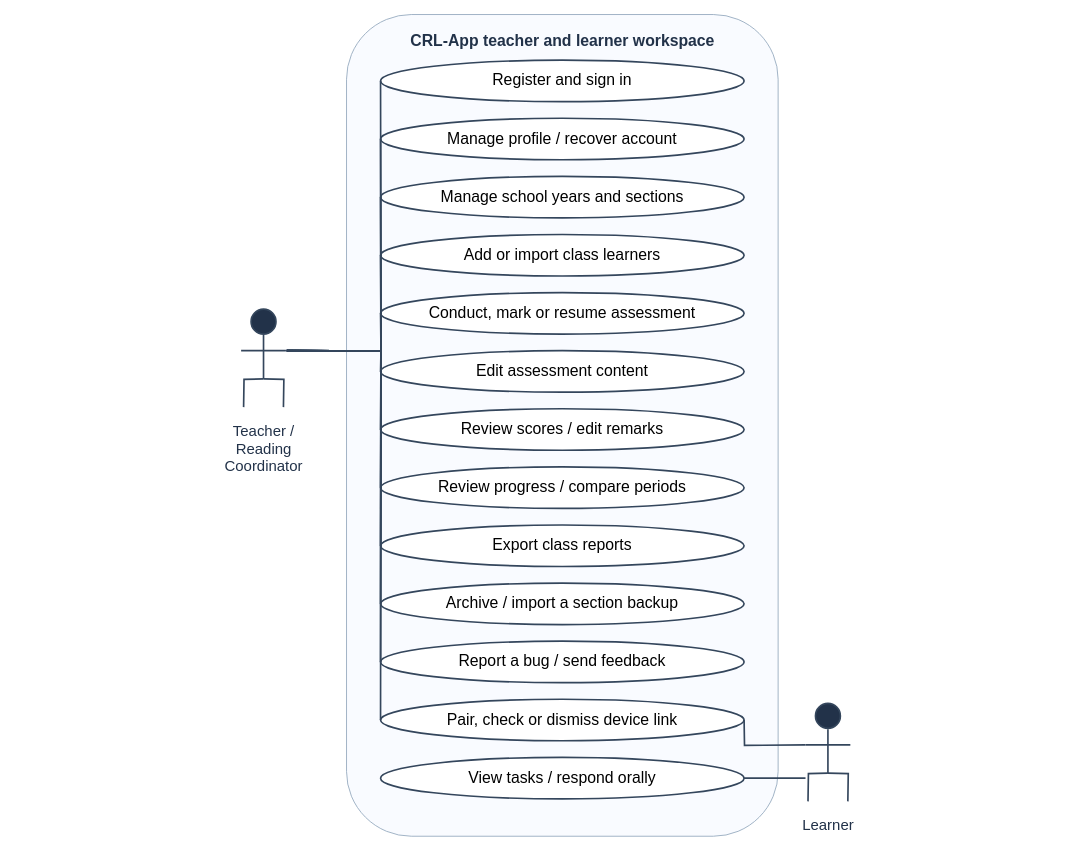
Earlier version of the draw.io diagram docs/diagrams/class-workspaces/figure-06-use-cases.drawio (AkuSayangKamuJudaSayang/crl-app). Source tidied: cells renumbered, new cells numbered last; positions are measured from the earlier drawing's top-left corner, leaving out a move shared by most shapes. Both pictures are drawn from the tidied source at 83%, with x=0, y=0 at pixel (14, 14).
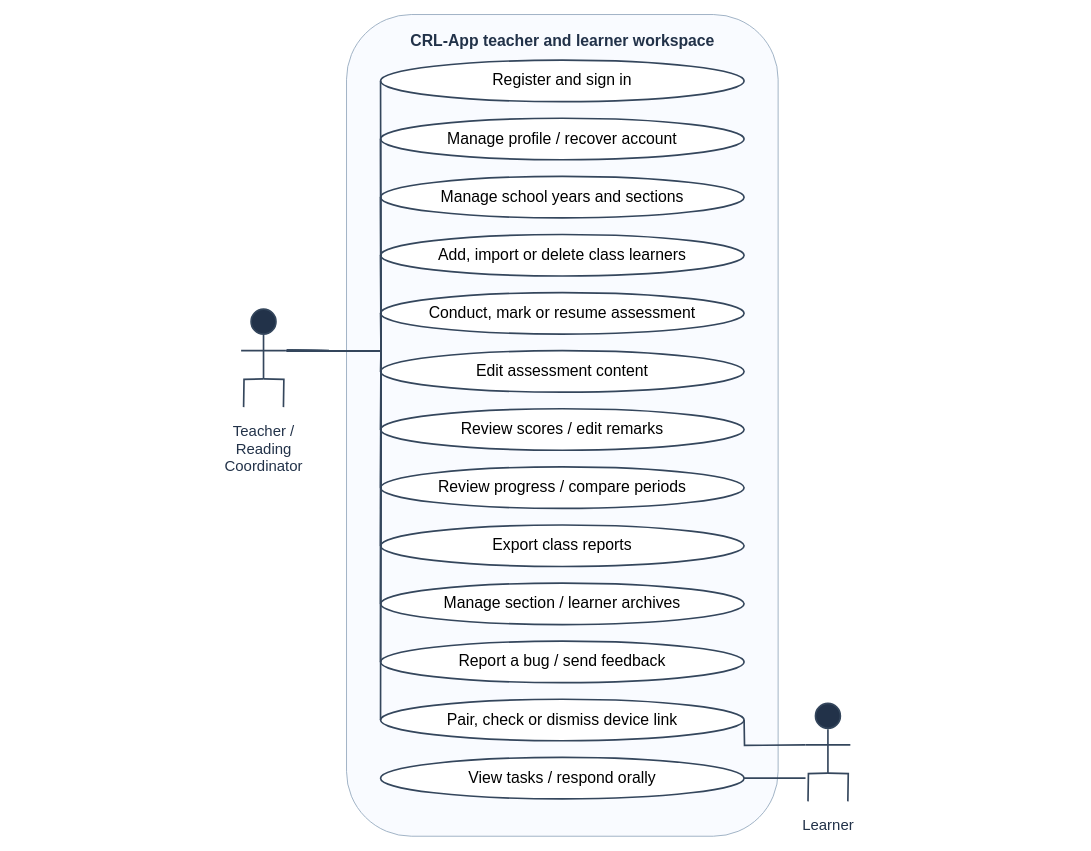
After the change.

What changed in the source:
```diff
@@
-    <mxCell id="7" value="Add or import class learners" style="rounded=1;whiteSpace=wrap;html=1;fillColor=#ffffff;strokeColor=#34465c;strokeWidth=2;fontSize=19;shape=ellipse;" parent="1" vertex="1">
+    <mxCell id="7" value="Add, import or delete class learners" style="rounded=1;whiteSpace=wrap;html=1;fillColor=#ffffff;strokeColor=#34465c;strokeWidth=2;fontSize=19;shape=ellipse;" parent="1" vertex="1">
       <mxGeometry x="441" y="265" width="438" height="50" as="geometry" />
     </mxCell>
@@
-    <mxCell id="13" value="Archive / import a section backup" style="rounded=1;whiteSpace=wrap;html=1;fillColor=#ffffff;strokeColor=#34465c;strokeWidth=2;fontSize=19;shape=ellipse;" parent="1" vertex="1">
+    <mxCell id="13" value="Manage section / learner archives" style="rounded=1;whiteSpace=wrap;html=1;fillColor=#ffffff;strokeColor=#34465c;strokeWidth=2;fontSize=19;shape=ellipse;" parent="1" vertex="1">
       <mxGeometry x="441" y="685" width="438" height="50" as="geometry" />
     </mxCell>
```
